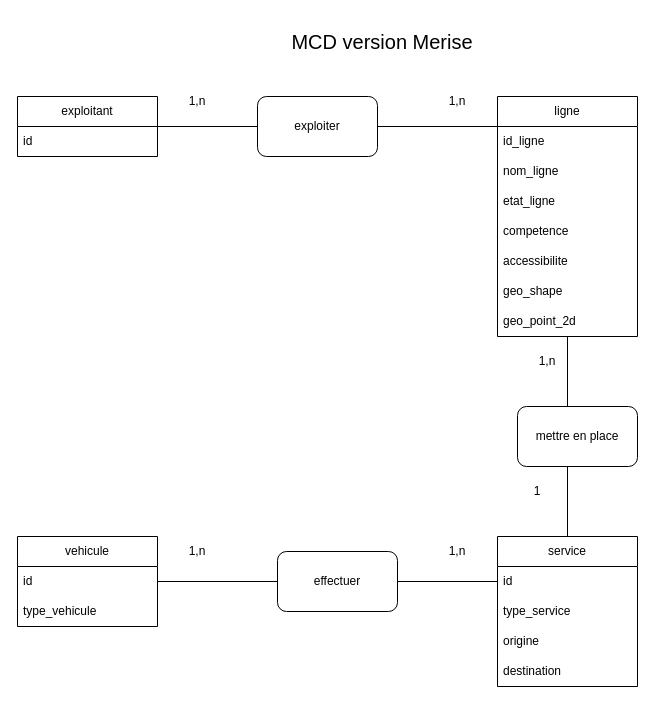
Earlier version of the draw.io diagram Q4.drawio (chakibdjeziri/tp-mcd-mld-mpd). Source tidied: cells renumbered, new cells numbered last; positions are measured from the earlier drawing's top-left corner, leaving out a move shared by most shapes. Both pictures are drawn from the tidied source at 100%, with x=0, y=0 at pixel (17, 26).
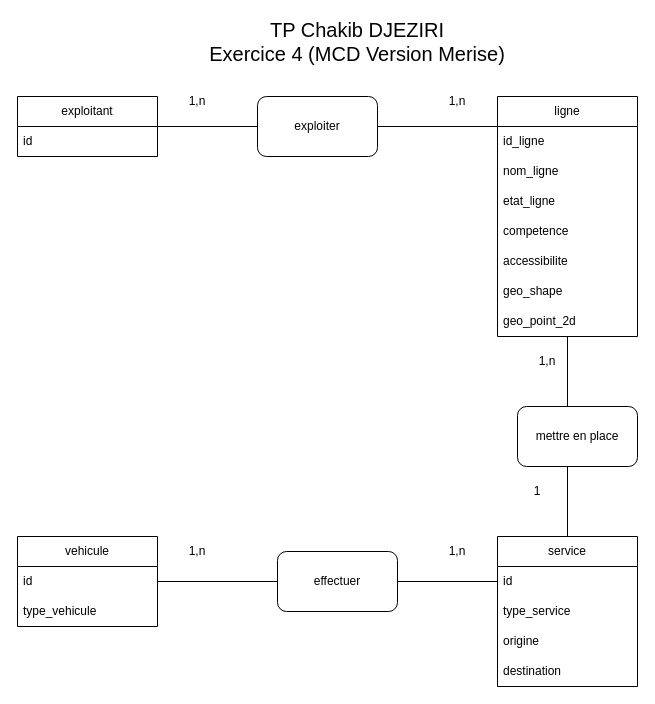
The same page after the edit.

The edit, as a diff of the source:
```diff
@@
-    <mxCell id="32" value="&lt;font style=&quot;font-size: 20px;&quot;&gt;MCD version Merise&lt;/font&gt;" style="text;html=1;strokeColor=none;fillColor=none;align=center;verticalAlign=middle;whiteSpace=wrap;rounded=0;" parent="1" vertex="1">
-      <mxGeometry x="270" width="190" height="30" as="geometry" />
+    <mxCell id="32" value="&lt;span style=&quot;font-size: 20px;&quot;&gt;TP Chakib DJEZIRI&lt;/span&gt;&lt;br style=&quot;font-size: 20px;&quot;&gt;&lt;span style=&quot;font-size: 20px;&quot;&gt;Exercice 4&amp;nbsp;(MCD Version Merise)&lt;/span&gt;" style="text;html=1;strokeColor=none;fillColor=none;align=center;verticalAlign=middle;whiteSpace=wrap;rounded=0;" parent="1" vertex="1">
+      <mxGeometry x="190" width="300" height="30" as="geometry" />
     </mxCell>
```
